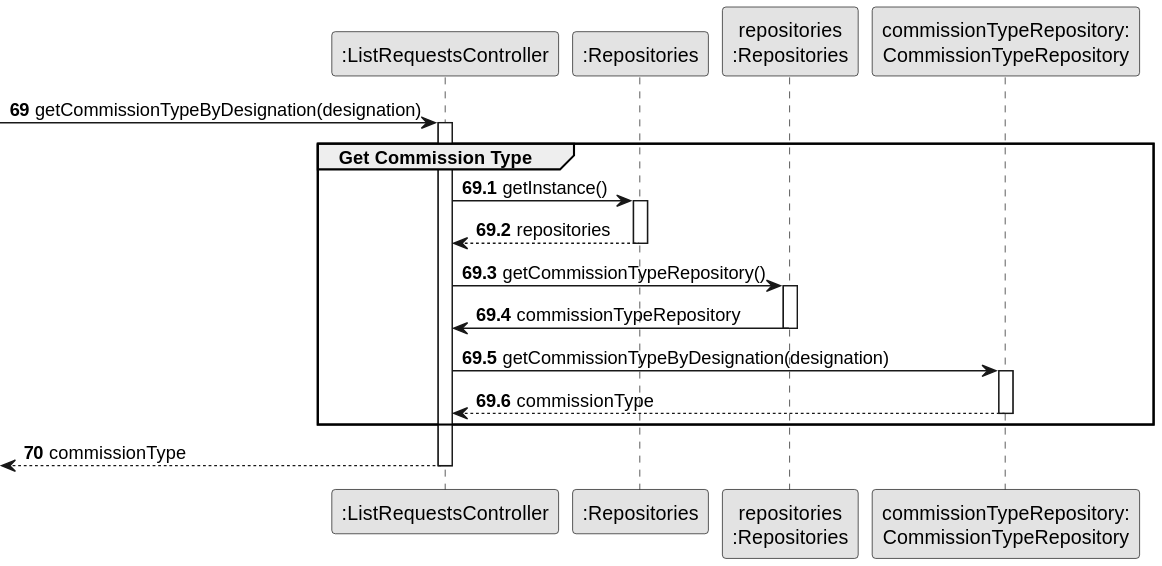
This is docs/sprintC/us008/03.design/svg/us008-sequence-diagram-partial-get-commission-type.svg from rita-barbosa/LAPR2-2223, a PlantUML export, as it was before one commit.
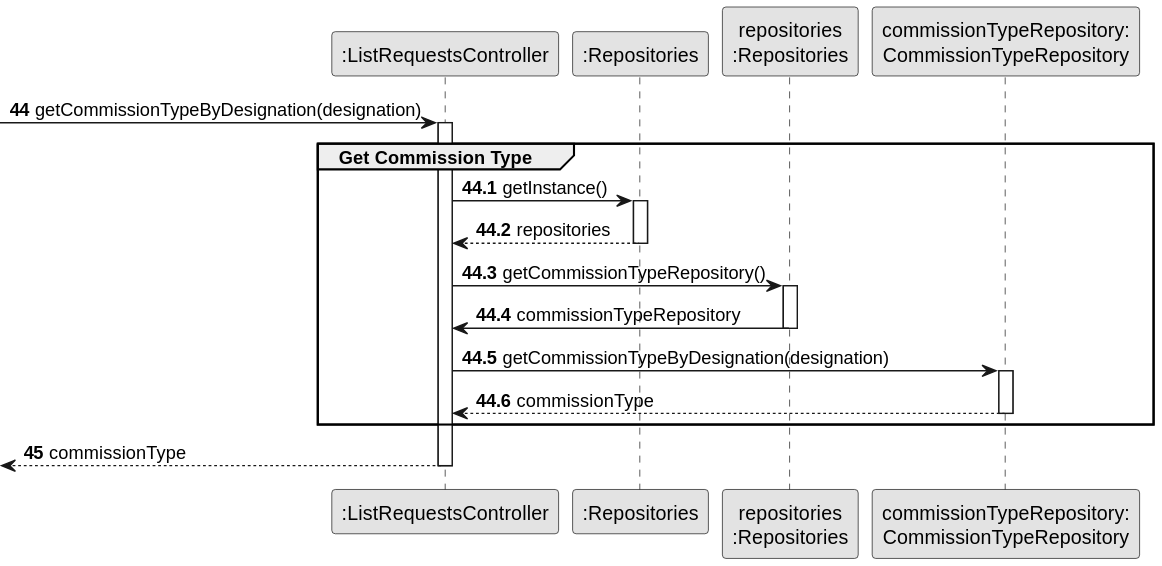
Later version of the same file.

Change to the diagram source:
```diff
@@ -8,10 +8,10 @@
 participant "repositories\n:Repositories" as PLAT
 participant "commissionTypeRepository:\nCommissionTypeRepository" as CommissionTypeRepository
 
-autonumber 69
+autonumber 44
 -> CTRL : getCommissionTypeByDesignation(designation)
 
-autonumber 69.1
+autonumber 44.1
 
 activate CTRL
     group Get Commission Type
@@ -35,7 +35,7 @@
 
     end group
 
-    autonumber 70
+    autonumber 45
     <-- CTRL : commissionType
 
 deactivate CTRL
```
